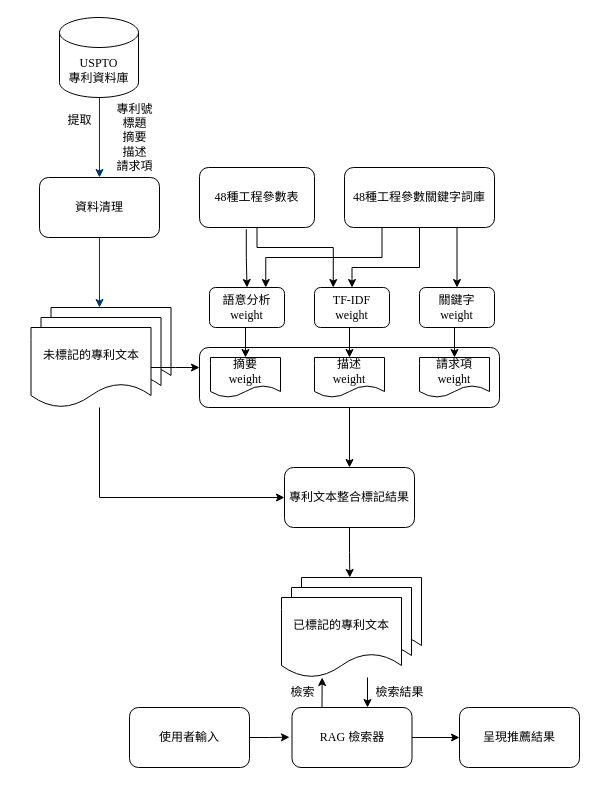
Earlier version of the draw.io diagram flowchart/framwork.drawio (johnangel370/RAG). Source tidied: cells renumbered, new cells numbered last; positions are measured from the earlier drawing's top-left corner, leaving out a move shared by most shapes. Both pictures are drawn from the tidied source at 100%, with x=0, y=0 at pixel (17, 17).
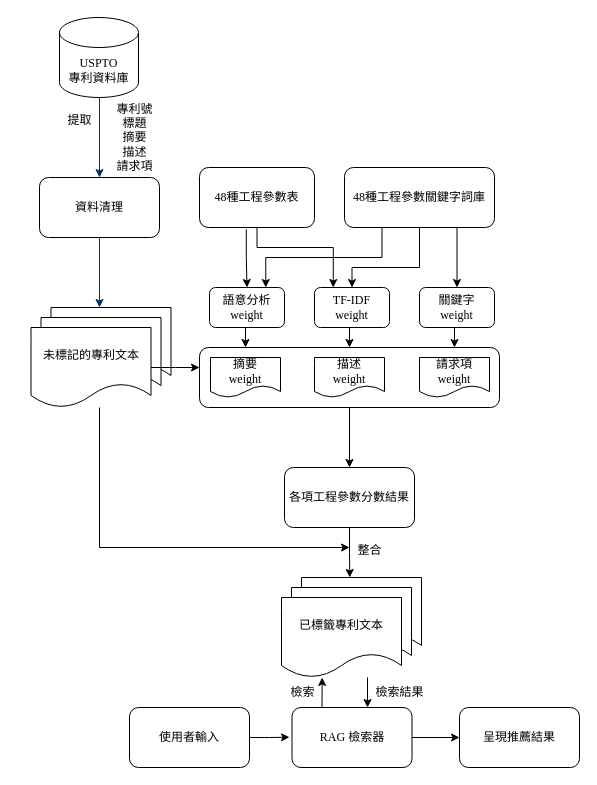
After the change.

The change refers to these unchanged cells:
```xml
<mxCell id="17" value="&lt;font face=&quot;標楷體&quot;&gt;摘要&lt;/font&gt;&lt;div&gt;&lt;font face=&quot;Times New Roman&quot;&gt;weight&lt;/font&gt;&lt;/div&gt;" style="shape=document;whiteSpace=wrap;html=1;boundedLbl=1;" parent="1" vertex="1">
  <mxGeometry x="193" y="340" width="70" height="40" as="geometry" />
</mxCell>
<mxCell id="19" value="&lt;font face=&quot;標楷體&quot;&gt;請求項&lt;/font&gt;&lt;div&gt;&lt;font face=&quot;Times New Roman&quot;&gt;weight&lt;/font&gt;&lt;/div&gt;" style="shape=document;whiteSpace=wrap;html=1;boundedLbl=1;" parent="1" vertex="1">
  <mxGeometry x="402" y="340" width="70" height="40" as="geometry" />
</mxCell>
<mxCell id="20" value="&lt;font face=&quot;Times New Roman&quot;&gt;TF-IDF&lt;/font&gt;&lt;div&gt;&lt;font face=&quot;Times New Roman&quot;&gt;weight&lt;/font&gt;&lt;/div&gt;" style="rounded=1;whiteSpace=wrap;html=1;" parent="1" vertex="1">
  <mxGeometry x="297" y="270" width="75" height="40" as="geometry" />
</mxCell>
<mxCell id="22" value="&lt;font face=&quot;標楷體&quot;&gt;語意分析&lt;/font&gt;&lt;div&gt;&lt;font face=&quot;Times New Roman&quot;&gt;weight&lt;/font&gt;&lt;/div&gt;" style="rounded=1;whiteSpace=wrap;html=1;" parent="1" vertex="1">
  <mxGeometry x="192" y="270" width="75" height="40" as="geometry" />
</mxCell>
<mxCell id="24" value="&lt;font face=&quot;標楷體&quot;&gt;關鍵字&lt;/font&gt;&lt;div&gt;&lt;font face=&quot;Times New Roman&quot;&gt;weight&lt;/font&gt;&lt;/div&gt;" style="rounded=1;whiteSpace=wrap;html=1;" parent="1" vertex="1">
  <mxGeometry x="402" y="270" width="75" height="40" as="geometry" />
</mxCell>
<mxCell id="27" style="group;fontFamily=標楷體;" parent="1" vertex="1">
  <mxGeometry x="250" y="550" width="164" height="110" as="geometry" />
</mxCell>
```

Change to the diagram source:
```diff
@@
-    <mxCell id="21" style="edgeStyle=orthogonalEdgeStyle;rounded=0;jettySize=auto;html=1;exitX=0.5;exitY=1;exitDx=0;exitDy=0;entryX=0.5;entryY=0;entryDx=0;entryDy=0;" parent="1" edge="1" source="22" target="17">
-      <mxGeometry relative="1" as="geometry" />
+    <mxCell id="21" style="edgeStyle=orthogonalEdgeStyle;rounded=0;jettySize=auto;html=1;exitX=0.5;exitY=1;exitDx=0;exitDy=0;" parent="1" edge="1" source="22">
+      <mxGeometry relative="1" as="geometry">
+        <mxPoint x="228" y="330" as="targetPoint" />
+      </mxGeometry>
     </mxCell>
@@
-    <mxCell id="23" style="edgeStyle=orthogonalEdgeStyle;rounded=0;jettySize=auto;html=1;exitX=0.5;exitY=1;exitDx=0;exitDy=0;entryX=0.5;entryY=0;entryDx=0;entryDy=0;" parent="1" edge="1" source="24" target="19">
-      <mxGeometry relative="1" as="geometry" />
+    <mxCell id="23" style="edgeStyle=orthogonalEdgeStyle;rounded=0;jettySize=auto;html=1;exitX=0.5;exitY=1;exitDx=0;exitDy=0;" parent="1" edge="1" source="24">
+      <mxGeometry relative="1" as="geometry">
+        <mxPoint x="437" y="330" as="targetPoint" />
+      </mxGeometry>
     </mxCell>
@@
     <mxCell id="25" style="edgeStyle=orthogonalEdgeStyle;rounded=0;jettySize=auto;html=1;exitX=0.5;exitY=1;exitDx=0;exitDy=0;" parent="1" edge="1" source="20">
       <mxGeometry relative="1" as="geometry">
-        <mxPoint x="332" y="340" as="targetPoint" />
+        <mxPoint x="332" y="330" as="targetPoint" />
       </mxGeometry>
     </mxCell>
@@
-    <mxCell id="30" value="已標記的專利文本" style="shape=document;whiteSpace=wrap;html=1;boundedLbl=1;fontFamily=標楷體;" parent="27" vertex="1">
+    <mxCell id="30" value="已標籤專利文本" style="shape=document;whiteSpace=wrap;html=1;boundedLbl=1;fontFamily=標楷體;" parent="27" vertex="1">
       <mxGeometry x="14" y="30" width="120" height="80" as="geometry" />
     </mxCell>
@@
-    <mxCell id="32" style="endArrow=classic;html=1;rounded=0;entryX=0;entryY=0.5;entryDx=0;entryDy=0;" parent="1" edge="1" target="34">
+    <mxCell id="32" style="endArrow=classic;html=1;rounded=0;" parent="1" edge="1">
       <mxGeometry relative="1" as="geometry">
         <mxPoint x="82" y="390" as="sourcePoint" />
+        <mxPoint x="332" y="530" as="targetPoint" />
         <Array as="points">
-          <mxPoint x="82" y="480" />
+          <mxPoint x="82" y="530" />
         </Array>
       </mxGeometry>
     </mxCell>
@@
-    <mxCell id="34" value="專利文本整合標記結果" style="rounded=1;whiteSpace=wrap;html=1;fontFamily=標楷體;" parent="1" vertex="1">
+    <mxCell id="34" value="各項工程參數分數結果" style="rounded=1;whiteSpace=wrap;html=1;fontFamily=標楷體;" parent="1" vertex="1">
       <mxGeometry x="267" y="450" width="130" height="60" as="geometry" />
     </mxCell>
@@
+    <mxCell id="47" value="&lt;font face=&quot;標楷體&quot;&gt;整合&lt;/font&gt;" style="text;html=1;align=center;verticalAlign=middle;strokeColor=none;fillColor=none;" parent="1" vertex="1">
+      <mxGeometry x="327" y="518" width="50" height="30" as="geometry" />
+    </mxCell>
```
